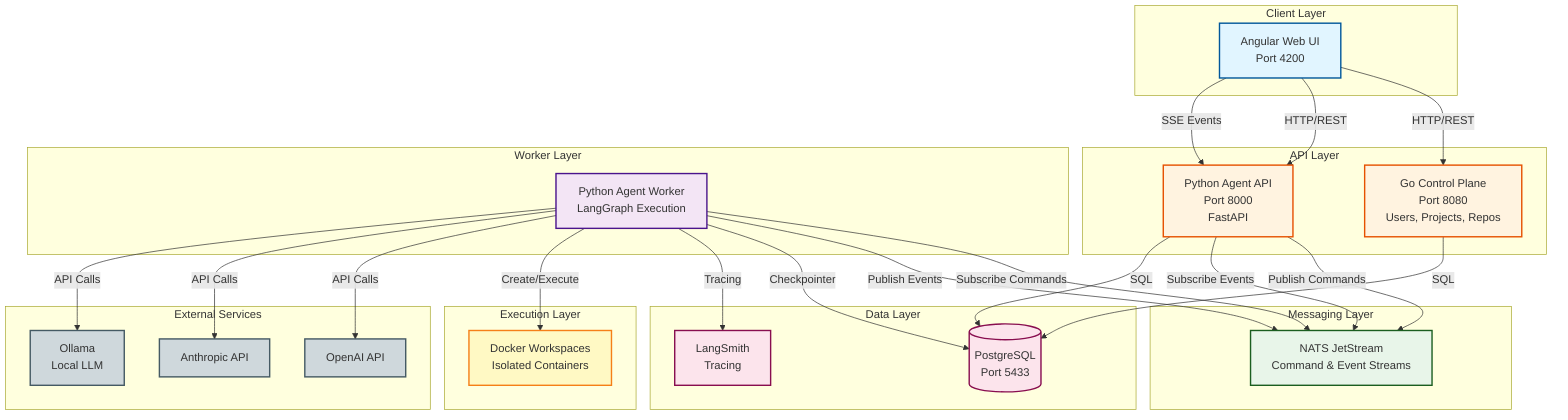
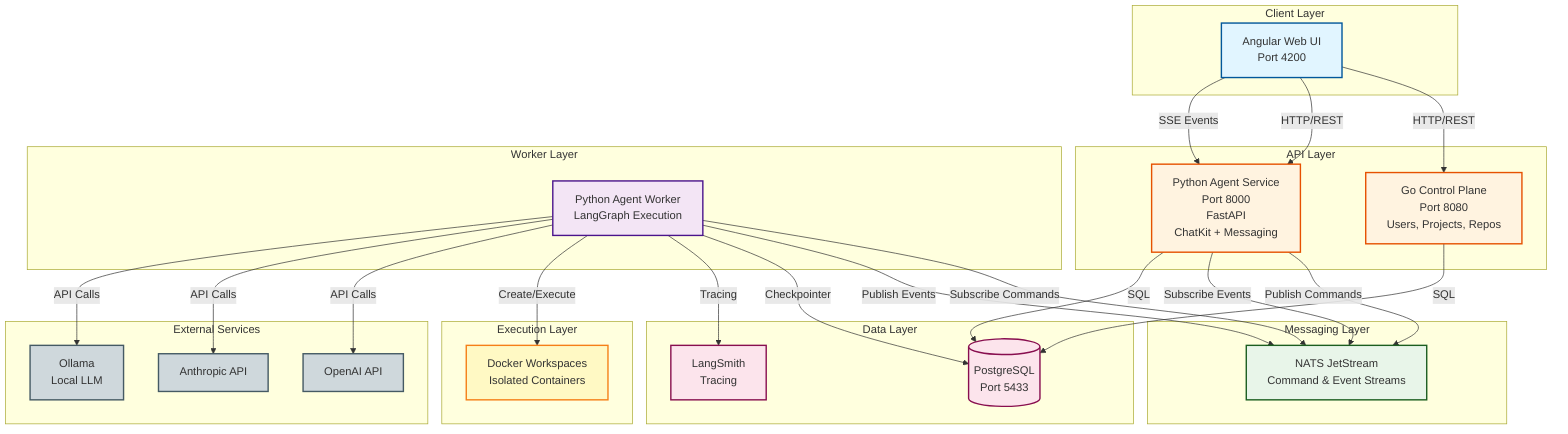
graph TB
    subgraph "Client Layer"
        WebUI[Angular Web UI<br/>Port 4200]
    end

    subgraph "API Layer"
        ControlPlane[Go Control Plane<br/>Port 8080<br/>Users, Projects, Repos]
-         AgentAPI[Python Agent API<br/>Port 8000<br/>FastAPI]
+         AgentService[Python Agent Service<br/>Port 8000<br/>FastAPI<br/>ChatKit + Messaging]
    end

    subgraph "Worker Layer"
        AgentWorker[Python Agent Worker<br/>LangGraph Execution]
    end

    subgraph "Messaging Layer"
        NATS[NATS JetStream<br/>Command & Event Streams]
    end

    subgraph "Data Layer"
        PostgreSQL[(PostgreSQL<br/>Port 5433)]
        LangSmith[LangSmith<br/>Tracing]
    end

    subgraph "Execution Layer"
        DockerWorkspaces[Docker Workspaces<br/>Isolated Containers]
    end

    subgraph "External Services"
        OpenAI[OpenAI API]
        Anthropic[Anthropic API]
        Ollama[Ollama<br/>Local LLM]
    end

    %% Client to API connections
    WebUI -->|HTTP/REST| ControlPlane
-     WebUI -->|HTTP/REST| AgentAPI
-     WebUI -->|SSE Events| AgentAPI
+     WebUI -->|HTTP/REST| AgentService
+     WebUI -->|SSE Events| AgentService

    %% API to Worker via NATS
-     AgentAPI -->|Publish Commands| NATS
+     AgentService -->|Publish Commands| NATS
    AgentWorker -->|Subscribe Commands| NATS
    AgentWorker -->|Publish Events| NATS
-     AgentAPI -->|Subscribe Events| NATS
+     AgentService -->|Subscribe Events| NATS

    %% Database connections
    ControlPlane -->|SQL| PostgreSQL
-     AgentAPI -->|SQL| PostgreSQL
+     AgentService -->|SQL| PostgreSQL
    AgentWorker -->|Checkpointer| PostgreSQL

    %% LangSmith tracing
    AgentWorker -->|Tracing| LangSmith

    %% Workspace management
    AgentWorker -->|Create/Execute| DockerWorkspaces

    %% LLM provider connections
    AgentWorker -->|API Calls| OpenAI
    AgentWorker -->|API Calls| Anthropic
    AgentWorker -->|API Calls| Ollama

    %% Styling
    classDef client fill:#e1f5ff,stroke:#01579b,stroke-width:2px
    classDef api fill:#fff3e0,stroke:#e65100,stroke-width:2px
    classDef worker fill:#f3e5f5,stroke:#4a148c,stroke-width:2px
    classDef messaging fill:#e8f5e9,stroke:#1b5e20,stroke-width:2px
    classDef data fill:#fce4ec,stroke:#880e4f,stroke-width:2px
    classDef execution fill:#fff9c4,stroke:#f57f17,stroke-width:2px
    classDef external fill:#cfd8dc,stroke:#455a64,stroke-width:2px

    class WebUI client
-     class ControlPlane,AgentAPI api
+     class ControlPlane,AgentService api
    class AgentWorker worker
    class NATS messaging
    class PostgreSQL,LangSmith data
    class DockerWorkspaces execution
    class OpenAI,Anthropic,Ollama external
